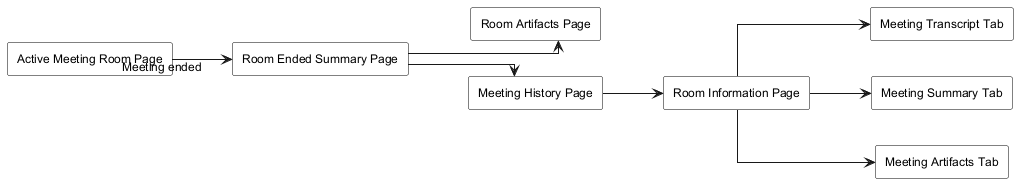
The PlantUML diagram .agents/resources/screen flow/transcript/02-post-meeting-record-and-artifacts-screen-flow.png in WarpTalk-CapstoneProject/warptalk-backend, before a commit.
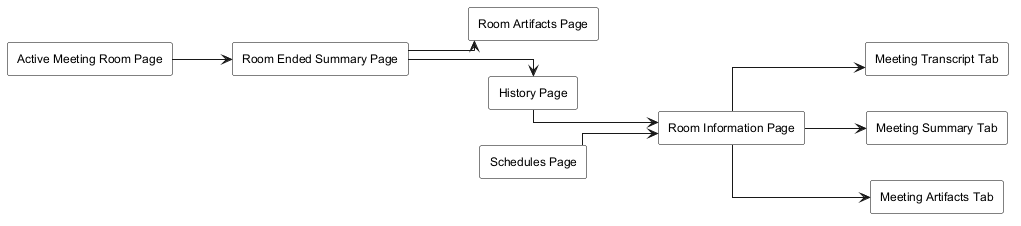
After the change.

Diff of the diagram source:
```diff
@@ -13,17 +13,19 @@
 rectangle "Active Meeting Room Page" as ActiveMeetingRoomPage
 rectangle "Room Ended Summary Page" as RoomEndedSummaryPage
 rectangle "Room Artifacts Page" as RoomArtifactsPage
-rectangle "Meeting History Page" as MeetingHistoryPage
+rectangle "History Page" as HistoryPage
+rectangle "Schedules Page" as SchedulesPage
 rectangle "Room Information Page" as RoomInformationPage
 rectangle "Meeting Transcript Tab" as MeetingTranscriptTab
 rectangle "Meeting Summary Tab" as MeetingSummaryTab
 rectangle "Meeting Artifacts Tab" as MeetingArtifactsTab
 
-ActiveMeetingRoomPage --> RoomEndedSummaryPage : Meeting ended
+ActiveMeetingRoomPage --> RoomEndedSummaryPage
 RoomEndedSummaryPage --> RoomArtifactsPage
-RoomEndedSummaryPage --> MeetingHistoryPage
+RoomEndedSummaryPage --> HistoryPage
 
-MeetingHistoryPage --> RoomInformationPage
+HistoryPage --> RoomInformationPage
+SchedulesPage --> RoomInformationPage
 RoomInformationPage --> MeetingTranscriptTab
 RoomInformationPage --> MeetingSummaryTab
 RoomInformationPage --> MeetingArtifactsTab
```
